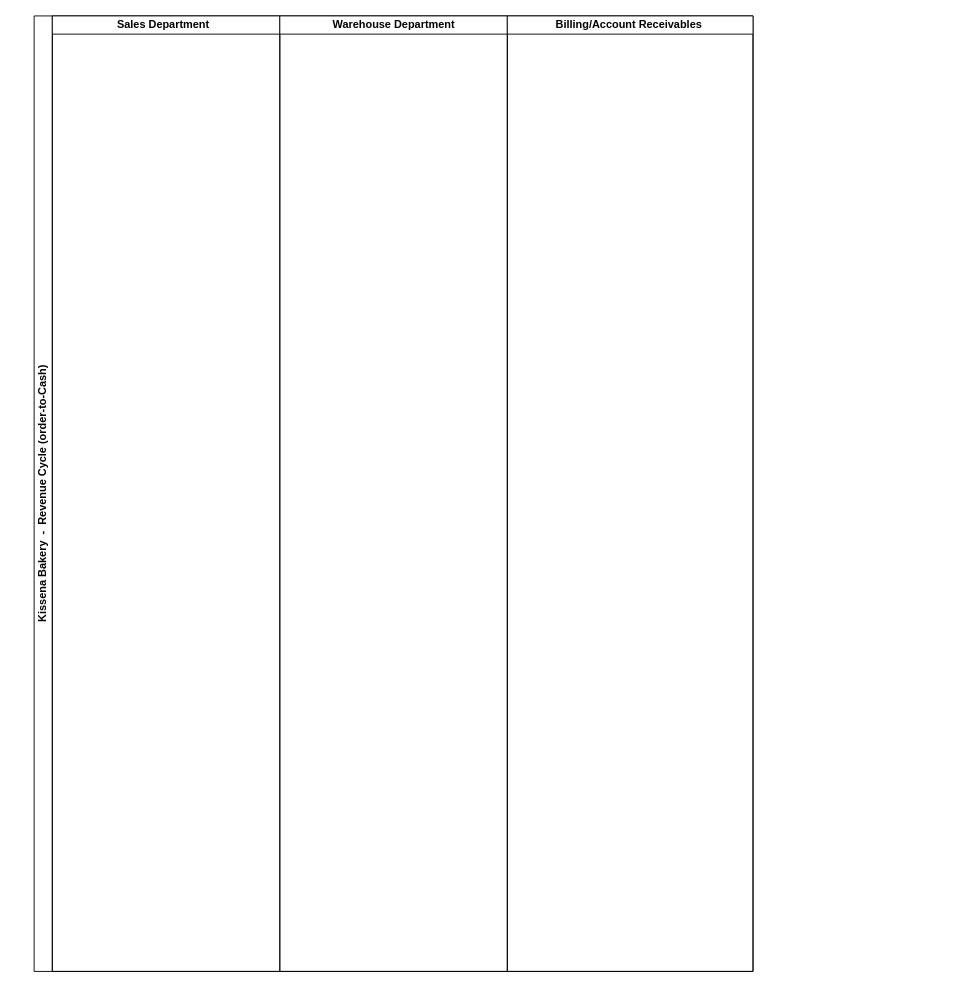
Earlier version of the draw.io diagram Revenue_Cycle_Controls.drawio (Diana-r26/drawio). Source tidied: cells renumbered, new cells numbered last; positions are measured from the earlier drawing's top-left corner, leaving out a move shared by most shapes. Both pictures are drawn from the tidied source at 91%, with x=0, y=0 at pixel (34, 15).
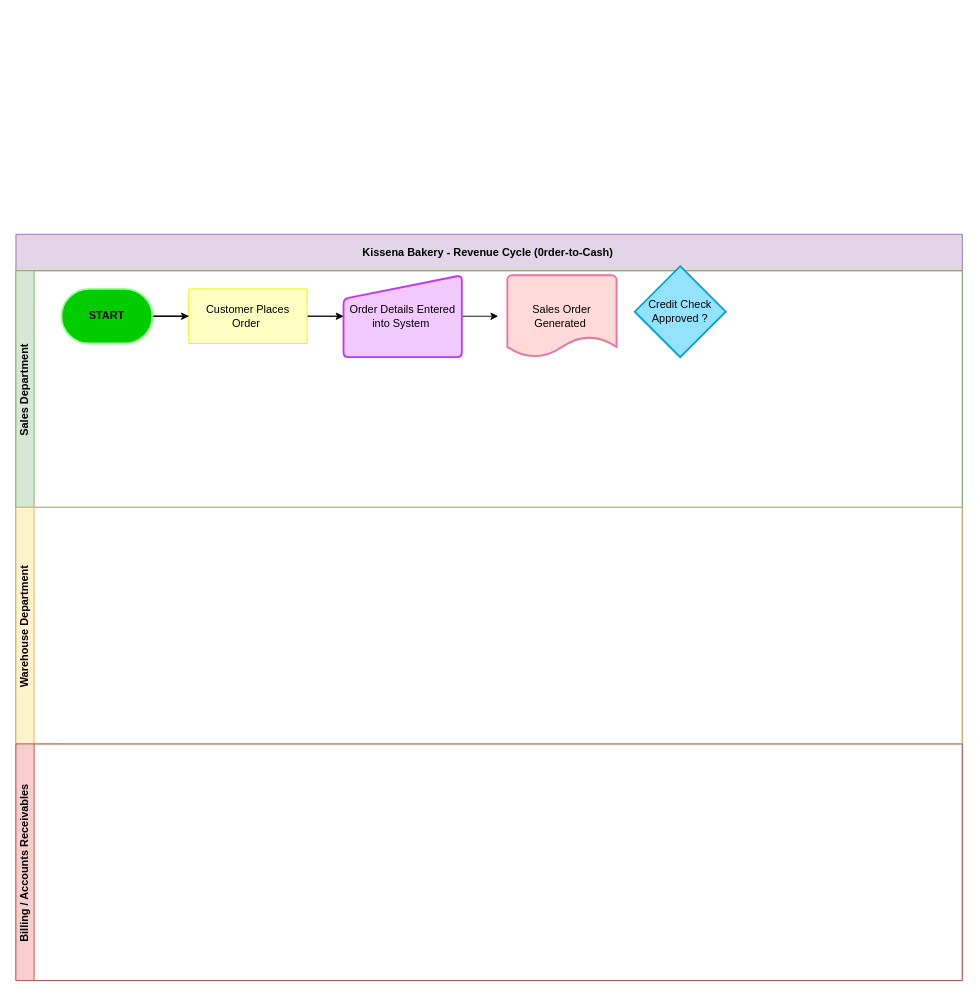
The same page after the edit.

The edit, as a diff of the source:
```diff
@@
 <mxGraphModel>
   <root>
     <mxCell id="0" />
     <mxCell id="1" parent="0" />
-    <mxCell id="2" value="Kissena Bakery &amp;nbsp;- &amp;nbsp;Revenue Cycle (order-to-Cash)" style="swimlane;html=1;startSize=20;horizontal=0;whiteSpace=wrap;" parent="1" vertex="1">
-      <mxGeometry width="790" height="1050" as="geometry" />
-    </mxCell>
+    <mxCell id="6" value="Kissena Bakery - Revenue Cycle (0rder-to-Cash)&amp;nbsp;" style="swimlane;horizontal=1;startSize=40;html=1;fillColor=#e1d5e7;strokeColor=#9673a6;" parent="1" vertex="1">
+      <mxGeometry x="-20" y="240" width="1040" height="820" as="geometry" />
+    </mxCell>
-    <mxCell id="3" value="Sales Department &amp;nbsp;" style="swimlane;html=1;startSize=20;" parent="2" vertex="1">
-      <mxGeometry x="20" width="250" height="1050" as="geometry" />
+    <mxCell id="3" value="Sales Department&amp;nbsp;" style="swimlane;startSize=20;horizontal=0;html=1;fillColor=#d5e8d4;strokeColor=#82b366;fillStyle=solid;" parent="6" vertex="1">
+      <mxGeometry y="40" width="1040" height="260" as="geometry" />
     </mxCell>
+    <mxCell id="7" style="edgeStyle=orthogonalEdgeStyle;rounded=0;jettySize=auto;html=1;" parent="3" edge="1" source="10" target="11">
+      <mxGeometry relative="1" as="geometry" />
+    </mxCell>
+    <mxCell id="8" style="edgeStyle=orthogonalEdgeStyle;rounded=0;jettySize=auto;html=1;exitX=1;exitY=0.5;exitDx=0;exitDy=0;exitPerimeter=0;entryX=0;entryY=0.5;entryDx=0;entryDy=0;" parent="3" edge="1" source="10" target="12">
+      <mxGeometry relative="1" as="geometry">
+        <Array as="points">
+          <mxPoint x="350" y="50" />
+        </Array>
+      </mxGeometry>
+    </mxCell>
+    <mxCell id="9" style="edgeStyle=orthogonalEdgeStyle;rounded=0;jettySize=auto;html=1;exitX=1;exitY=0.5;exitDx=0;exitDy=0;exitPerimeter=0;" parent="3" edge="1" source="10">
+      <mxGeometry relative="1" as="geometry">
+        <mxPoint x="530" y="50" as="targetPoint" />
+      </mxGeometry>
+    </mxCell>
+    <mxCell id="10" value="&lt;b&gt;START&lt;/b&gt;" style="strokeWidth=2;html=1;shape=mxgraph.flowchart.terminator;whiteSpace=wrap;fillColor=#00CC00;strokeColor=#99FF99;" parent="3" vertex="1">
+      <mxGeometry x="50" y="20" width="100" height="60" as="geometry" />
+    </mxCell>
+    <mxCell id="11" value="Customer Places Order&amp;nbsp;" style="rounded=0;whiteSpace=wrap;html=1;strokeColor=light-dark(#f5ec00, #ededed);fillColor=light-dark(#FFFFC4,#EDEDED);" parent="3" vertex="1">
+      <mxGeometry x="190" y="20" width="130" height="60" as="geometry" />
+    </mxCell>
+    <mxCell id="12" value="Order Details Entered into System&amp;nbsp;" style="html=1;strokeWidth=2;shape=manualInput;whiteSpace=wrap;rounded=1;size=26;arcSize=11;align=center;fillColor=light-dark(#f1c9fe, #ededed);strokeColor=light-dark(#be38f3, #ededed);" parent="3" vertex="1">
+      <mxGeometry x="360" y="5" width="130" height="90" as="geometry" />
+    </mxCell>
+    <mxCell id="13" value="Sales Order Generated&amp;nbsp;" style="strokeWidth=2;html=1;shape=mxgraph.flowchart.document2;whiteSpace=wrap;size=0.25;fillColor=light-dark(#ffdad8, #ededed);strokeColor=light-dark(#ed719e, #ededed);" parent="3" vertex="1">
+      <mxGeometry x="540" y="5" width="120" height="90" as="geometry" />
+    </mxCell>
+    <mxCell id="14" value="Credit Check Approved ?" style="strokeWidth=2;html=1;shape=mxgraph.flowchart.decision;whiteSpace=wrap;strokeColor=light-dark(#00a3d7, #ededed);fillColor=light-dark(#94e3fe, #ededed);" parent="3" vertex="1">
+      <mxGeometry x="680" y="-5" width="100" height="100" as="geometry" />
+    </mxCell>
-    <mxCell id="4" value="Warehouse Department" style="swimlane;html=1;startSize=20;" parent="2" vertex="1">
-      <mxGeometry x="270" width="250" height="1050" as="geometry" />
+    <mxCell id="4" value="Warehouse Department&amp;nbsp;" style="swimlane;startSize=20;horizontal=0;html=1;fillColor=#fff2cc;strokeColor=#d6b656;" parent="6" vertex="1">
+      <mxGeometry y="300" width="1040" height="260" as="geometry" />
     </mxCell>
-    <mxCell id="5" value="Billing/Account Receivables&amp;nbsp;" style="swimlane;html=1;startSize=20;" parent="2" vertex="1">
-      <mxGeometry x="520" width="270" height="1050" as="geometry" />
-    </mxCell>
+    <mxCell id="15" value="Billing / Accounts Receivables&amp;nbsp;" style="swimlane;startSize=20;horizontal=0;html=1;fillColor=#f8cecc;strokeColor=#b85450;" parent="6" vertex="1">
+      <mxGeometry y="560" width="1040" height="260" as="geometry" />
+    </mxCell>
   </root>
 </mxGraphModel>
```
